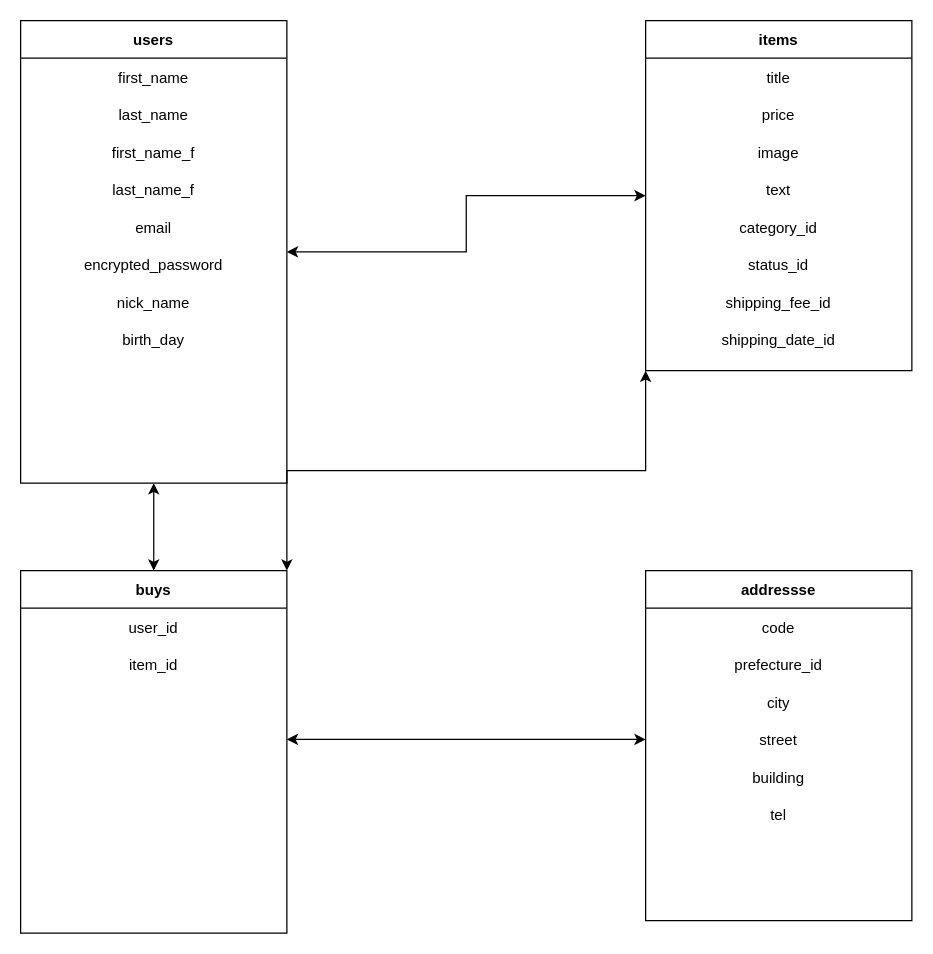
Above: er.dio in hiroforgithub/furima-32590 (draw.io), before the change. Source tidied: cells renumbered, new cells numbered last; positions are measured from the earlier drawing's top-left corner, leaving out a move shared by most shapes. Both pictures are drawn from the tidied source at 125%, with x=0, y=0 at pixel (20, 20).
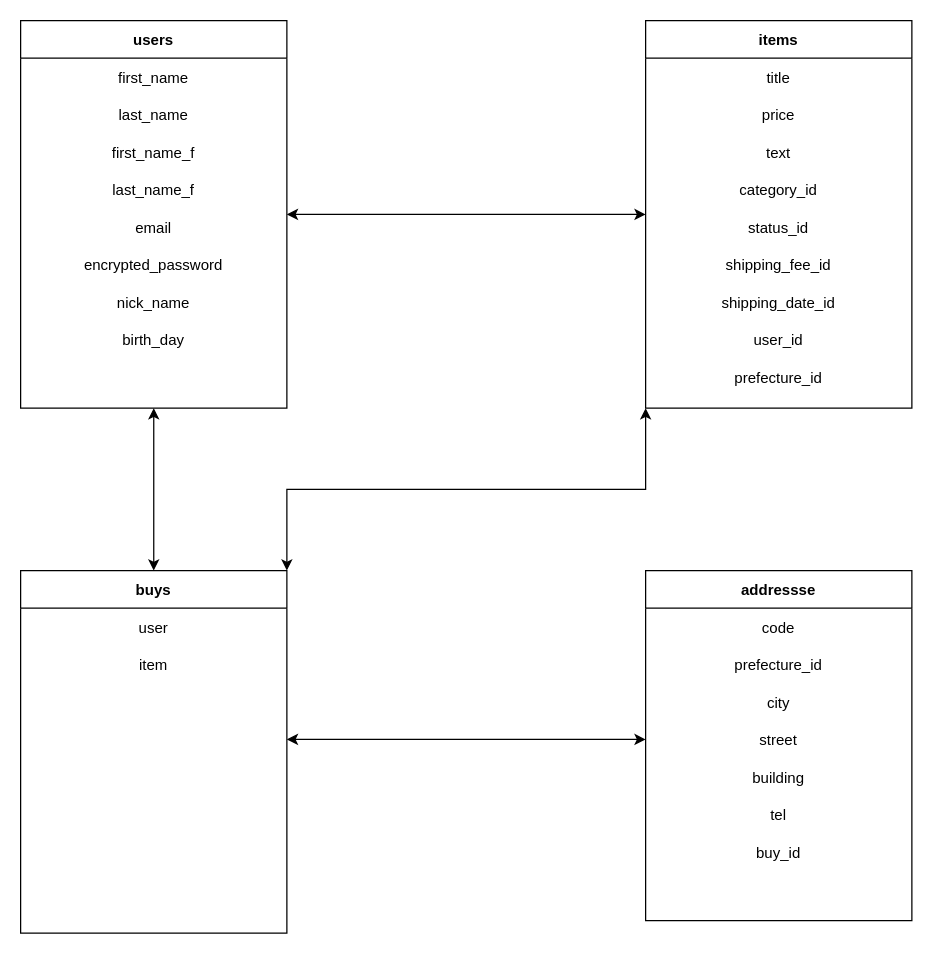
After the change.

Commit message (it also covers changes not shown here):
ER図・README記述（修正③）

The change refers to these unchanged cells:
```xml
<mxCell id="57" style="shape=partialRectangle;fillColor=none;top=0;left=0;bottom=0;right=0;" parent="44" vertex="1">
  <mxGeometry y="210" width="213" height="30" as="geometry" />
</mxCell>
<mxCell id="63" style="shape=partialRectangle;fillColor=none;top=0;left=0;bottom=0;right=0;" parent="62" vertex="1">
  <mxGeometry y="30" width="213" height="30" as="geometry" />
</mxCell>
<mxCell id="65" style="shape=partialRectangle;fillColor=none;top=0;left=0;bottom=0;right=0;" parent="62" vertex="1">
  <mxGeometry y="60" width="213" height="30" as="geometry" />
</mxCell>
```

Change to the diagram source:
```diff
@@
     <mxCell id="4" value="users" style="shape=table;startSize=30;childLayout=tableLayout;rowLines=0;fontStyle=1;align=center;" parent="1" vertex="1">
-      <mxGeometry width="213" height="370" as="geometry" />
+      <mxGeometry width="213" height="310" as="geometry" />
     </mxCell>
@@
-    <mxCell id="21" style="shape=partialRectangle;fillColor=none;top=0;left=0;bottom=0;right=0;" parent="4" vertex="1">
-      <mxGeometry y="270" width="213" height="30" as="geometry" />
-    </mxCell>
-    <mxCell id="22" style="shape=partialRectangle;fillColor=none;top=0;left=0;bottom=0;right=0;fontStyle=0;overflow=hidden;" parent="21" vertex="1">
-      <mxGeometry width="213" height="30" as="geometry" />
-    </mxCell>
     <mxCell id="23" style="shape=partialRectangle;fillColor=none;top=0;left=0;bottom=0;right=0;" parent="4" vertex="1">
-      <mxGeometry y="300" width="213" height="30" as="geometry" />
+      <mxGeometry y="270" width="213" height="30" as="geometry" />
     </mxCell>
@@
-    <mxCell id="25" style="shape=partialRectangle;fillColor=none;top=0;left=0;bottom=0;right=0;" parent="4" vertex="1">
-      <mxGeometry y="330" width="213" height="30" as="geometry" />
-    </mxCell>
-    <mxCell id="26" style="shape=partialRectangle;fillColor=none;top=0;left=0;bottom=0;right=0;fontStyle=1;overflow=hidden;" parent="25" vertex="1">
-      <mxGeometry width="213" height="30" as="geometry" />
-    </mxCell>
     <mxCell id="27" value="items" style="shape=table;startSize=30;childLayout=tableLayout;rowLines=0;fontStyle=1;align=center;" parent="1" vertex="1">
-      <mxGeometry x="500" width="213" height="280" as="geometry" />
+      <mxGeometry x="500" width="213" height="310" as="geometry" />
     </mxCell>
@@
-    <mxCell id="32" style="shape=partialRectangle;fillColor=none;top=0;left=0;bottom=0;right=0;" parent="27" vertex="1">
-      <mxGeometry y="90" width="213" height="30" as="geometry" />
-    </mxCell>
-    <mxCell id="33" value="image" style="shape=partialRectangle;fillColor=none;top=0;left=0;bottom=0;right=0;fontStyle=0;overflow=hidden;" parent="32" vertex="1">
-      <mxGeometry width="213" height="30" as="geometry" />
-    </mxCell>
     <mxCell id="34" style="shape=partialRectangle;fillColor=none;top=0;left=0;bottom=0;right=0;" parent="27" vertex="1">
-      <mxGeometry y="120" width="213" height="30" as="geometry" />
+      <mxGeometry y="90" width="213" height="30" as="geometry" />
     </mxCell>
@@
     <mxCell id="36" style="shape=partialRectangle;fillColor=none;top=0;left=0;bottom=0;right=0;" parent="27" vertex="1">
-      <mxGeometry y="150" width="213" height="30" as="geometry" />
+      <mxGeometry y="120" width="213" height="30" as="geometry" />
     </mxCell>
@@
     <mxCell id="38" style="shape=partialRectangle;fillColor=none;top=0;left=0;bottom=0;right=0;" parent="27" vertex="1">
-      <mxGeometry y="180" width="213" height="30" as="geometry" />
+      <mxGeometry y="150" width="213" height="30" as="geometry" />
     </mxCell>
@@
     <mxCell id="40" style="shape=partialRectangle;fillColor=none;top=0;left=0;bottom=0;right=0;" parent="27" vertex="1">
-      <mxGeometry y="210" width="213" height="30" as="geometry" />
+      <mxGeometry y="180" width="213" height="30" as="geometry" />
     </mxCell>
@@
     <mxCell id="42" style="shape=partialRectangle;fillColor=none;top=0;left=0;bottom=0;right=0;" parent="27" vertex="1">
-      <mxGeometry y="240" width="213" height="30" as="geometry" />
+      <mxGeometry y="210" width="213" height="30" as="geometry" />
     </mxCell>
@@
+    <mxCell id="32" style="shape=partialRectangle;fillColor=none;top=0;left=0;bottom=0;right=0;" parent="27" vertex="1">
+      <mxGeometry y="240" width="213" height="30" as="geometry" />
+    </mxCell>
+    <mxCell id="33" value="user_id" style="shape=partialRectangle;fillColor=none;top=0;left=0;bottom=0;right=0;fontStyle=0;overflow=hidden;" parent="32" vertex="1">
+      <mxGeometry width="213" height="30" as="geometry" />
+    </mxCell>
+    <mxCell id="21" style="shape=partialRectangle;fillColor=none;top=0;left=0;bottom=0;right=0;" parent="27" vertex="1">
+      <mxGeometry y="270" width="213" height="30" as="geometry" />
+    </mxCell>
+    <mxCell id="80" value="prefecture_id" style="shape=partialRectangle;fillColor=none;top=0;left=0;bottom=0;right=0;fontStyle=0;overflow=hidden;" parent="21" vertex="1">
+      <mxGeometry width="213" height="30" as="geometry" />
+    </mxCell>
@@
-    <mxCell id="58" style="shape=partialRectangle;fillColor=none;top=0;left=0;bottom=0;right=0;fontStyle=1;overflow=hidden;" parent="57" vertex="1">
+    <mxCell id="58" value="buy_id" style="shape=partialRectangle;fillColor=none;top=0;left=0;bottom=0;right=0;fontStyle=0;overflow=hidden;" parent="57" vertex="1">
       <mxGeometry width="213" height="30" as="geometry" />
     </mxCell>
@@
-    <mxCell id="64" value="user_id" style="shape=partialRectangle;fillColor=none;top=0;left=0;bottom=0;right=0;overflow=hidden;" parent="63" vertex="1">
+    <mxCell id="64" value="user" style="shape=partialRectangle;fillColor=none;top=0;left=0;bottom=0;right=0;overflow=hidden;" parent="63" vertex="1">
       <mxGeometry width="213" height="30" as="geometry" />
     </mxCell>
@@
-    <mxCell id="66" value="item_id" style="shape=partialRectangle;fillColor=none;top=0;left=0;bottom=0;right=0;overflow=hidden;" parent="65" vertex="1">
+    <mxCell id="66" value="item" style="shape=partialRectangle;fillColor=none;top=0;left=0;bottom=0;right=0;overflow=hidden;" parent="65" vertex="1">
       <mxGeometry width="213" height="30" as="geometry" />
     </mxCell>
```
